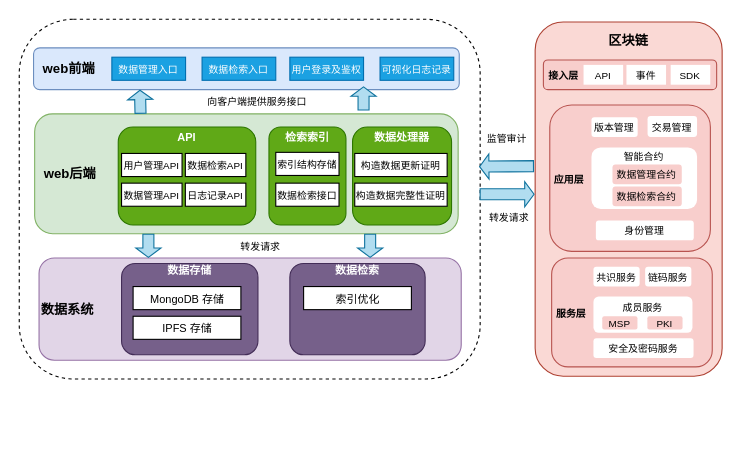
The draw.io diagram 整体架构图.drawio in DLL5/DLL_Note, before the edit. Source tidied: cells renumbered, new cells numbered last; positions are measured from the earlier drawing's top-left corner, leaving out a move shared by most shapes. Both pictures are drawn from the tidied source at 110%, with x=0, y=0 at pixel (19, 19).
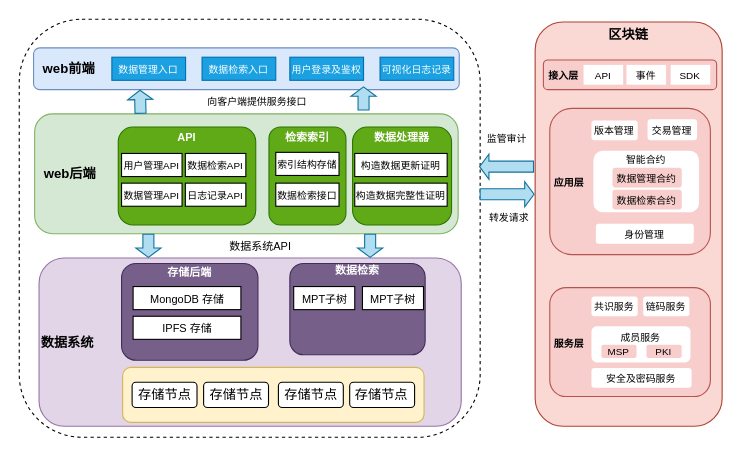
Above is the later version.

Commit message:
更新整体架构图.drawio

Change to the diagram source:
```diff
@@
-    <mxCell id="2" value="&lt;b&gt;区块链&lt;/b&gt;&lt;div&gt;&lt;b&gt;&lt;br&gt;&lt;/b&gt;&lt;/div&gt;&lt;div&gt;&lt;b&gt;&lt;br&gt;&lt;/b&gt;&lt;/div&gt;&lt;div&gt;&lt;b&gt;&lt;br&gt;&lt;/b&gt;&lt;/div&gt;&lt;div&gt;&lt;b&gt;&lt;br&gt;&lt;/b&gt;&lt;/div&gt;&lt;div&gt;&lt;b&gt;&lt;br&gt;&lt;/b&gt;&lt;/div&gt;&lt;div&gt;&lt;b&gt;&lt;br&gt;&lt;/b&gt;&lt;/div&gt;&lt;div&gt;&lt;b&gt;&lt;br&gt;&lt;/b&gt;&lt;/div&gt;&lt;div&gt;&lt;b&gt;&lt;br&gt;&lt;/b&gt;&lt;/div&gt;&lt;div&gt;&lt;b&gt;&lt;br&gt;&lt;/b&gt;&lt;/div&gt;&lt;div&gt;&lt;b&gt;&lt;br&gt;&lt;/b&gt;&lt;/div&gt;&lt;div&gt;&lt;b&gt;&lt;br&gt;&lt;/b&gt;&lt;/div&gt;&lt;div&gt;&lt;b&gt;&lt;br&gt;&lt;/b&gt;&lt;/div&gt;&lt;div&gt;&lt;b&gt;&lt;br&gt;&lt;/b&gt;&lt;/div&gt;&lt;div&gt;&lt;b&gt;&lt;br&gt;&lt;/b&gt;&lt;/div&gt;&lt;div&gt;&lt;b&gt;&lt;br&gt;&lt;/b&gt;&lt;/div&gt;&lt;div&gt;&lt;b&gt;&lt;br&gt;&lt;/b&gt;&lt;/div&gt;&lt;div&gt;&lt;b&gt;&lt;br&gt;&lt;/b&gt;&lt;/div&gt;&lt;div&gt;&lt;b&gt;&lt;br&gt;&lt;/b&gt;&lt;/div&gt;&lt;div&gt;&lt;b&gt;&lt;br&gt;&lt;/b&gt;&lt;/div&gt;&lt;div&gt;&lt;br&gt;&lt;/div&gt;" style="rounded=1;whiteSpace=wrap;html=1;fillColor=#fad9d5;strokeColor=#ae4132;" parent="1" vertex="1">
-      <mxGeometry x="469" y="2.5" width="170" height="322" as="geometry" />
+    <mxCell id="2" value="&lt;b&gt;区块链&lt;/b&gt;&lt;div&gt;&lt;b&gt;&lt;br&gt;&lt;/b&gt;&lt;/div&gt;&lt;div&gt;&lt;b&gt;&lt;br&gt;&lt;/b&gt;&lt;/div&gt;&lt;div&gt;&lt;b&gt;&lt;br&gt;&lt;/b&gt;&lt;/div&gt;&lt;div&gt;&lt;b&gt;&lt;br&gt;&lt;/b&gt;&lt;/div&gt;&lt;div&gt;&lt;b&gt;&lt;br&gt;&lt;/b&gt;&lt;/div&gt;&lt;div&gt;&lt;b&gt;&lt;br&gt;&lt;/b&gt;&lt;/div&gt;&lt;div&gt;&lt;b&gt;&lt;br&gt;&lt;/b&gt;&lt;/div&gt;&lt;div&gt;&lt;b&gt;&lt;br&gt;&lt;/b&gt;&lt;/div&gt;&lt;div&gt;&lt;b&gt;&lt;br&gt;&lt;/b&gt;&lt;/div&gt;&lt;div&gt;&lt;b&gt;&lt;br&gt;&lt;/b&gt;&lt;/div&gt;&lt;div&gt;&lt;b&gt;&lt;br&gt;&lt;/b&gt;&lt;/div&gt;&lt;div&gt;&lt;b&gt;&lt;br&gt;&lt;/b&gt;&lt;/div&gt;&lt;div&gt;&lt;b&gt;&lt;br&gt;&lt;/b&gt;&lt;/div&gt;&lt;div&gt;&lt;b&gt;&lt;br&gt;&lt;/b&gt;&lt;/div&gt;&lt;div&gt;&lt;b&gt;&lt;br&gt;&lt;/b&gt;&lt;/div&gt;&lt;div&gt;&lt;b&gt;&lt;br&gt;&lt;/b&gt;&lt;/div&gt;&lt;div&gt;&lt;b&gt;&lt;br&gt;&lt;/b&gt;&lt;/div&gt;&lt;div&gt;&lt;b&gt;&lt;br&gt;&lt;/b&gt;&lt;/div&gt;&lt;div&gt;&lt;b&gt;&lt;br&gt;&lt;/b&gt;&lt;/div&gt;&lt;div&gt;&lt;br&gt;&lt;/div&gt;&lt;div&gt;&lt;br&gt;&lt;/div&gt;&lt;div&gt;&lt;br&gt;&lt;/div&gt;&lt;div&gt;&lt;br&gt;&lt;/div&gt;&lt;div&gt;&lt;br&gt;&lt;/div&gt;" style="rounded=1;whiteSpace=wrap;html=1;fillColor=#fad9d5;strokeColor=#ae4132;" parent="1" vertex="1">
+      <mxGeometry x="469" y="2.5" width="170" height="367.5" as="geometry" />
     </mxCell>
@@
     <mxCell id="7" value="&lt;font style=&quot;font-size: 9px;&quot;&gt;&lt;b&gt;&amp;nbsp;应用层&lt;/b&gt;&lt;/font&gt;" style="rounded=1;whiteSpace=wrap;html=1;fillColor=#f8cecc;strokeColor=#b85450;align=left;" parent="1" vertex="1">
-      <mxGeometry x="482.3" y="78" width="146" height="133" as="geometry" />
+      <mxGeometry x="482.3" y="81" width="146" height="133" as="geometry" />
     </mxCell>
     <mxCell id="8" value="&lt;font style=&quot;font-size: 9px;&quot;&gt;&lt;b&gt;&amp;nbsp;服务层&lt;/b&gt;&lt;/font&gt;" style="rounded=1;whiteSpace=wrap;html=1;align=left;fillColor=#f8cecc;strokeColor=#b85450;" parent="1" vertex="1">
-      <mxGeometry x="484" y="217" width="146" height="99" as="geometry" />
+      <mxGeometry x="482.3" y="244" width="146" height="99" as="geometry" />
     </mxCell>
     <mxCell id="9" value="&lt;font style=&quot;font-size: 9px;&quot;&gt;智能合约&lt;/font&gt;&lt;div&gt;&lt;font style=&quot;font-size: 9px;&quot;&gt;&lt;br&gt;&lt;/font&gt;&lt;/div&gt;&lt;div&gt;&lt;br&gt;&lt;/div&gt;&lt;div&gt;&lt;br&gt;&lt;/div&gt;" style="rounded=1;whiteSpace=wrap;html=1;align=center;strokeColor=none;" parent="1" vertex="1">
-      <mxGeometry x="520.2" y="116.5" width="96" height="56" as="geometry" />
+      <mxGeometry x="522" y="119.5" width="96" height="56" as="geometry" />
     </mxCell>
     <mxCell id="10" value="&lt;font style=&quot;font-size: 9px;&quot;&gt;版本管理&lt;/font&gt;" style="rounded=1;whiteSpace=wrap;html=1;strokeColor=none;" parent="1" vertex="1">
-      <mxGeometry x="520.2" y="89" width="42" height="18" as="geometry" />
+      <mxGeometry x="520.2" y="92" width="42" height="18" as="geometry" />
     </mxCell>
     <mxCell id="11" value="&lt;font style=&quot;font-size: 9px;&quot;&gt;交易管理&lt;/font&gt;" style="rounded=1;whiteSpace=wrap;html=1;strokeColor=none;" parent="1" vertex="1">
-      <mxGeometry x="571.2" y="88" width="45" height="19" as="geometry" />
+      <mxGeometry x="571.2" y="91" width="45" height="19" as="geometry" />
     </mxCell>
     <mxCell id="12" value="&lt;font style=&quot;font-size: 9px;&quot;&gt;身份管理&lt;/font&gt;" style="rounded=1;whiteSpace=wrap;html=1;strokeColor=none;" parent="1" vertex="1">
-      <mxGeometry x="524.2" y="183" width="89" height="18" as="geometry" />
+      <mxGeometry x="524.2" y="186" width="89" height="18" as="geometry" />
     </mxCell>
     <mxCell id="13" value="&lt;font style=&quot;font-size: 9px;&quot;&gt;数据管理合约&lt;/font&gt;" style="rounded=1;whiteSpace=wrap;html=1;strokeColor=none;fillColor=#f8cecc;" parent="1" vertex="1">
-      <mxGeometry x="539.3" y="132" width="63" height="18" as="geometry" />
+      <mxGeometry x="539.3" y="135" width="63" height="18" as="geometry" />
     </mxCell>
     <mxCell id="14" value="&lt;font style=&quot;font-size: 9px;&quot;&gt;数据检索合约&lt;/font&gt;" style="rounded=1;whiteSpace=wrap;html=1;strokeColor=none;fillColor=#f8cecc;" parent="1" vertex="1">
-      <mxGeometry x="539.3" y="152" width="63" height="18" as="geometry" />
+      <mxGeometry x="539.3" y="155" width="63" height="18" as="geometry" />
     </mxCell>
     <mxCell id="15" value="&lt;font style=&quot;font-size: 9px;&quot;&gt;共识服务&lt;/font&gt;" style="rounded=1;whiteSpace=wrap;html=1;strokeColor=none;" parent="1" vertex="1">
-      <mxGeometry x="522" y="225" width="42" height="18" as="geometry" />
+      <mxGeometry x="520.2" y="252" width="42" height="18" as="geometry" />
     </mxCell>
     <mxCell id="16" value="&lt;font style=&quot;font-size: 9px;&quot;&gt;链码服务&lt;/font&gt;" style="rounded=1;whiteSpace=wrap;html=1;strokeColor=none;" parent="1" vertex="1">
-      <mxGeometry x="569" y="225" width="42" height="18" as="geometry" />
+      <mxGeometry x="567.2" y="252" width="42" height="18" as="geometry" />
     </mxCell>
     <mxCell id="17" value="&lt;font style=&quot;font-size: 9px;&quot;&gt;成员服务&lt;/font&gt;&lt;div&gt;&lt;font style=&quot;font-size: 9px;&quot;&gt;&lt;br&gt;&lt;/font&gt;&lt;/div&gt;" style="rounded=1;whiteSpace=wrap;html=1;strokeColor=none;" parent="1" vertex="1">
-      <mxGeometry x="522" y="252" width="90" height="33" as="geometry" />
+      <mxGeometry x="520.2" y="279" width="90" height="33" as="geometry" />
     </mxCell>
     <mxCell id="18" value="&lt;font style=&quot;font-size: 9px;&quot;&gt;安全及密码服务&lt;/font&gt;" style="rounded=1;whiteSpace=wrap;html=1;strokeColor=none;" parent="1" vertex="1">
-      <mxGeometry x="522" y="290" width="91" height="18" as="geometry" />
+      <mxGeometry x="520.2" y="317" width="91" height="18" as="geometry" />
     </mxCell>
     <mxCell id="19" value="&lt;font style=&quot;font-size: 9px;&quot;&gt;MSP&lt;/font&gt;" style="rounded=1;whiteSpace=wrap;html=1;strokeColor=none;fillColor=#f8cecc;" parent="1" vertex="1">
-      <mxGeometry x="530" y="270" width="32" height="12" as="geometry" />
+      <mxGeometry x="529.2" y="296" width="32" height="12" as="geometry" />
     </mxCell>
     <mxCell id="20" value="&lt;font style=&quot;font-size: 9px;&quot;&gt;PKI&lt;/font&gt;" style="rounded=1;whiteSpace=wrap;html=1;strokeColor=none;fillColor=#f8cecc;" parent="1" vertex="1">
-      <mxGeometry x="571" y="270" width="32" height="12" as="geometry" />
+      <mxGeometry x="570.2" y="296" width="32" height="12" as="geometry" />
     </mxCell>
     <mxCell id="21" style="rounded=1;whiteSpace=wrap;html=1;dashed=1;" parent="1" vertex="1">
-      <mxGeometry width="419" height="327" as="geometry" />
+      <mxGeometry width="419" height="380" as="geometry" />
     </mxCell>
@@
     <mxCell id="24" value="&lt;b&gt;数据系统&lt;/b&gt;" style="rounded=1;whiteSpace=wrap;html=1;align=left;fillColor=#e1d5e7;strokeColor=#9673a6;" parent="1" vertex="1">
-      <mxGeometry x="18" y="217" width="383.8" height="93" as="geometry" />
+      <mxGeometry x="18" y="217" width="383.8" height="153" as="geometry" />
     </mxCell>
@@
-    <mxCell id="40" value="&lt;b&gt;&lt;span style=&quot;font-size: 10px;&quot;&gt;数据存储&lt;/span&gt;&lt;br&gt;&lt;/b&gt;&lt;div&gt;&lt;font style=&quot;font-size: 10px;&quot;&gt;&lt;b&gt;&lt;br&gt;&lt;/b&gt;&lt;/font&gt;&lt;/div&gt;&lt;div&gt;&lt;font style=&quot;font-size: 10px;&quot;&gt;&lt;b&gt;&lt;br&gt;&lt;/b&gt;&lt;/font&gt;&lt;/div&gt;&lt;div&gt;&lt;font style=&quot;font-size: 10px;&quot;&gt;&lt;b&gt;&lt;br&gt;&lt;/b&gt;&lt;/font&gt;&lt;/div&gt;&lt;div&gt;&lt;font style=&quot;font-size: 10px;&quot;&gt;&lt;b&gt;&lt;br&gt;&lt;/b&gt;&lt;/font&gt;&lt;/div&gt;&lt;div&gt;&lt;br&gt;&lt;/div&gt;" style="rounded=1;whiteSpace=wrap;html=1;fillColor=#76608a;fontColor=#ffffff;strokeColor=#432D57;" parent="1" vertex="1">
-      <mxGeometry x="93" y="222" width="124" height="83" as="geometry" />
+    <mxCell id="40" value="&lt;b&gt;&lt;span style=&quot;font-size: 10px;&quot;&gt;存储后端&lt;/span&gt;&lt;br&gt;&lt;/b&gt;&lt;div&gt;&lt;font style=&quot;font-size: 10px;&quot;&gt;&lt;b&gt;&lt;br&gt;&lt;/b&gt;&lt;/font&gt;&lt;/div&gt;&lt;div&gt;&lt;font style=&quot;font-size: 10px;&quot;&gt;&lt;b&gt;&lt;br&gt;&lt;/b&gt;&lt;/font&gt;&lt;/div&gt;&lt;div&gt;&lt;font style=&quot;font-size: 10px;&quot;&gt;&lt;b&gt;&lt;br&gt;&lt;/b&gt;&lt;/font&gt;&lt;/div&gt;&lt;div&gt;&lt;font style=&quot;font-size: 10px;&quot;&gt;&lt;b&gt;&lt;br&gt;&lt;/b&gt;&lt;/font&gt;&lt;/div&gt;&lt;div&gt;&lt;br&gt;&lt;/div&gt;" style="rounded=1;whiteSpace=wrap;html=1;fillColor=#76608a;fontColor=#ffffff;strokeColor=#432D57;" parent="1" vertex="1">
+      <mxGeometry x="93" y="222" width="124" height="88" as="geometry" />
     </mxCell>
@@
-    <mxCell id="47" style="shape=flexArrow;endArrow=classic;html=1;rounded=0;exitX=-0.006;exitY=0.407;exitDx=0;exitDy=0;endWidth=11.851851851851851;endSize=2.496296296296296;exitPerimeter=0;fillColor=#b1ddf0;strokeColor=#10739e;" parent="1" edge="1" source="2">
+    <mxCell id="47" style="shape=flexArrow;endArrow=classic;html=1;rounded=0;endWidth=11.851851851851851;endSize=2.496296296296296;fillColor=#b1ddf0;strokeColor=#10739e;" parent="1" edge="1">
       <mxGeometry relative="1" as="geometry">
+        <mxPoint x="468" y="134" as="sourcePoint" />
         <mxPoint x="418" y="134" as="targetPoint" />
       </mxGeometry>
     </mxCell>
@@
-    <mxCell id="49" value="&lt;font style=&quot;font-size: 9px;&quot;&gt;转发请求&lt;/font&gt;" style="rounded=0;whiteSpace=wrap;html=1;strokeColor=none;" parent="1" vertex="1">
+    <mxCell id="49" value="&lt;font size=&quot;1&quot;&gt;数据系统API&lt;/font&gt;" style="rounded=0;whiteSpace=wrap;html=1;strokeColor=none;" parent="1" vertex="1">
       <mxGeometry x="151" y="199" width="137" height="14.5" as="geometry" />
     </mxCell>
@@
-    <mxCell id="54" value="&lt;font size=&quot;1&quot;&gt;索引优化&lt;/font&gt;" style="rounded=0;whiteSpace=wrap;html=1;" parent="1" vertex="1">
-      <mxGeometry x="258.5" y="243" width="98" height="21" as="geometry" />
+    <mxCell id="54" value="&lt;font size=&quot;1&quot;&gt;MPT子树&lt;/font&gt;" style="rounded=0;whiteSpace=wrap;html=1;" parent="1" vertex="1">
+      <mxGeometry x="249.5" y="243" width="55.5" height="21" as="geometry" />
     </mxCell>
+    <mxCell id="55" value="&lt;font size=&quot;1&quot;&gt;MPT子树&lt;/font&gt;" style="rounded=0;whiteSpace=wrap;html=1;" parent="1" vertex="1">
+      <mxGeometry x="312" y="243" width="55.5" height="21" as="geometry" />
+    </mxCell>
+    <mxCell id="56" style="rounded=1;whiteSpace=wrap;html=1;fillColor=#fff2cc;strokeColor=#d6b656;" parent="1" vertex="1">
+      <mxGeometry x="94" y="316.5" width="274" height="50" as="geometry" />
+    </mxCell>
+    <mxCell id="57" value="存储节点" style="rounded=1;whiteSpace=wrap;html=1;" parent="1" vertex="1">
+      <mxGeometry x="102.6" y="330" width="59" height="23" as="geometry" />
+    </mxCell>
+    <mxCell id="58" value="存储节点" style="rounded=1;whiteSpace=wrap;html=1;" parent="1" vertex="1">
+      <mxGeometry x="167.6" y="330" width="59" height="23" as="geometry" />
+    </mxCell>
+    <mxCell id="59" value="存储节点" style="rounded=1;whiteSpace=wrap;html=1;" parent="1" vertex="1">
+      <mxGeometry x="235.6" y="330" width="59" height="23" as="geometry" />
+    </mxCell>
+    <mxCell id="60" value="存储节点" style="rounded=1;whiteSpace=wrap;html=1;" parent="1" vertex="1">
+      <mxGeometry x="300.4" y="330" width="59" height="23" as="geometry" />
+    </mxCell>
```
